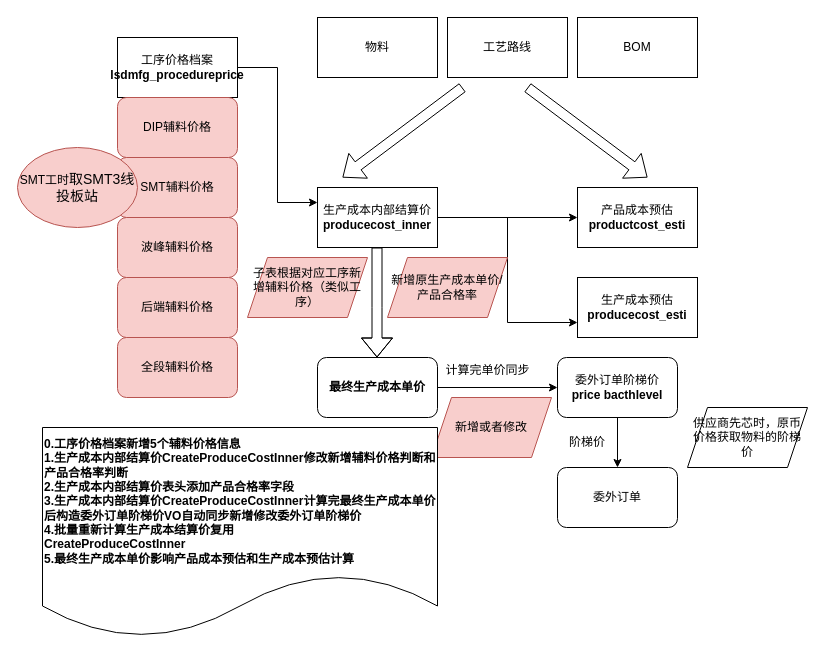
Above: xxx.drawio in zckyuwang/spring-cloud-master (draw.io), before the change. Source tidied: cells renumbered, new cells numbered last; positions are measured from the earlier drawing's top-left corner, leaving out a move shared by most shapes. Both pictures are drawn from the tidied source at 100%, with x=0, y=0 at pixel (17, 17).
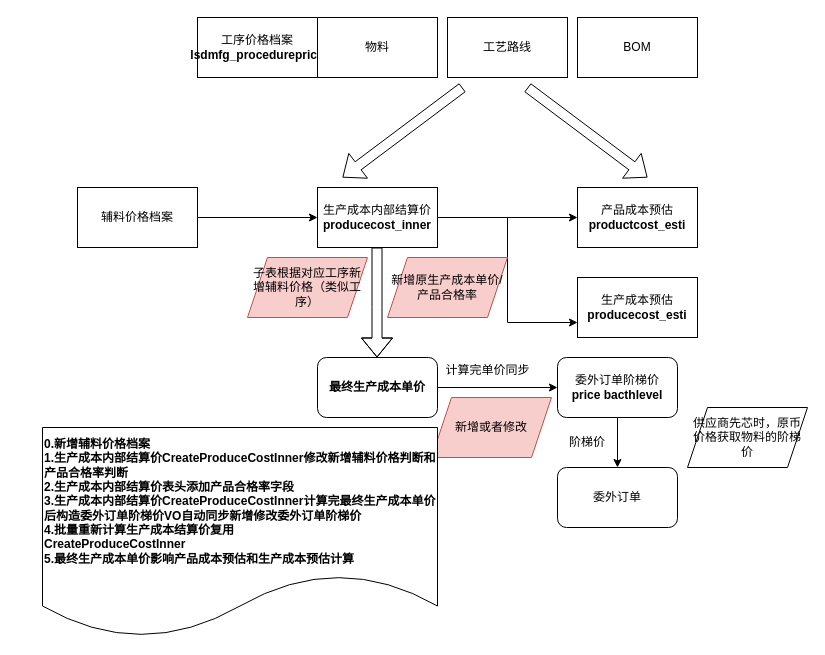
The same diagram, later.

Unchanged cells that the change refers to:
```xml
<mxCell id="8" value="生产成本内部结算价&lt;br&gt;&lt;b style=&quot;border-color: var(--border-color);&quot;&gt;&lt;font style=&quot;border-color: var(--border-color);&quot; face=&quot;Calibri&quot;&gt;producecost_inner&lt;/font&gt;&lt;/b&gt;" style="rounded=0;whiteSpace=wrap;html=1;" parent="1" vertex="1">
  <mxGeometry x="300" y="170" width="120" height="60" as="geometry" />
</mxCell>
```

Diff of the diagram source:
```diff
@@
-    <mxCell id="2" style="edgeStyle=orthogonalEdgeStyle;rounded=0;jettySize=auto;html=1;entryX=0;entryY=0.25;entryDx=0;entryDy=0;" parent="1" edge="1" source="3" target="8">
-      <mxGeometry relative="1" as="geometry" />
-    </mxCell>
     <mxCell id="3" value="工序价格档案&lt;br&gt;&lt;b style=&quot;border-color: var(--border-color);&quot;&gt;&lt;font style=&quot;border-color: var(--border-color);&quot; face=&quot;Calibri&quot;&gt;lsdmfg_procedureprice&lt;/font&gt;&lt;/b&gt;" style="rounded=0;whiteSpace=wrap;html=1;" parent="1" vertex="1">
-      <mxGeometry x="100" y="20" width="120" height="60" as="geometry" />
+      <mxGeometry x="180" width="120" height="60" as="geometry" />
     </mxCell>
@@
-    <mxCell id="21" value="SMT辅料价格" style="rounded=1;whiteSpace=wrap;html=1;fillColor=#f8cecc;strokeColor=#b85450;" parent="1" vertex="1">
-      <mxGeometry x="100" y="140" width="120" height="60" as="geometry" />
-    </mxCell>
-    <mxCell id="22" value="波峰辅料价格" style="rounded=1;whiteSpace=wrap;html=1;fillColor=#f8cecc;strokeColor=#b85450;" parent="1" vertex="1">
-      <mxGeometry x="100" y="200" width="120" height="60" as="geometry" />
-    </mxCell>
-    <mxCell id="23" value="后端辅料价格" style="rounded=1;whiteSpace=wrap;html=1;fillColor=#f8cecc;strokeColor=#b85450;" parent="1" vertex="1">
-      <mxGeometry x="100" y="260" width="120" height="60" as="geometry" />
-    </mxCell>
-    <mxCell id="24" value="全段辅料价格" style="rounded=1;whiteSpace=wrap;html=1;fillColor=#f8cecc;strokeColor=#b85450;" parent="1" vertex="1">
-      <mxGeometry x="100" y="320" width="120" height="60" as="geometry" />
-    </mxCell>
-    <mxCell id="25" value="DIP辅料价格" style="rounded=1;whiteSpace=wrap;html=1;fillColor=#f8cecc;strokeColor=#b85450;" parent="1" vertex="1">
-      <mxGeometry x="100" y="80" width="120" height="60" as="geometry" />
-    </mxCell>
@@
-    <mxCell id="30" value="SMT工时&lt;font style=&quot;font-family: 宋体; font-size: 10.5pt; background-color: initial;&quot; face=&quot;宋体&quot;&gt;取&lt;/font&gt;&lt;font style=&quot;font-size: 10.5pt; background-color: initial;&quot; face=&quot;Calibri&quot;&gt;SMT3&lt;/font&gt;&lt;font style=&quot;font-family: 宋体; font-size: 10.5pt; background-color: initial;&quot; face=&quot;宋体&quot;&gt;线投板站&lt;/font&gt;" style="ellipse;whiteSpace=wrap;html=1;fillColor=#f8cecc;strokeColor=#b85450;" parent="1" vertex="1">
-      <mxGeometry y="130" width="120" height="80" as="geometry" />
-    </mxCell>
@@
-    <mxCell id="32" value="&lt;div style=&quot;&quot;&gt;&lt;span style=&quot;background-color: initial;&quot;&gt;&lt;b&gt;0.工序价格档案新增5个辅料价格信息&lt;/b&gt;&lt;/span&gt;&lt;/div&gt;&lt;div style=&quot;&quot;&gt;&lt;span style=&quot;background-color: initial;&quot;&gt;&lt;b&gt;1.生产成本内部结算价&lt;/b&gt;&lt;/span&gt;&lt;b style=&quot;background-color: initial;&quot;&gt;CreateProduceCostInner修改新增辅料价格判断和产品合格率判断&lt;/b&gt;&lt;/div&gt;&lt;div style=&quot;&quot;&gt;&lt;span style=&quot;background-color: initial;&quot;&gt;&lt;b&gt;2.生产成本内部结算价表头添加产品合格率字段&lt;/b&gt;&lt;/span&gt;&lt;/div&gt;&lt;div style=&quot;&quot;&gt;&lt;span style=&quot;background-color: initial;&quot;&gt;&lt;b&gt;3.生产成本内部结算价&lt;/b&gt;&lt;/span&gt;&lt;b style=&quot;background-color: initial;&quot;&gt;CreateProduceCostInner计算完最终生产成本单价后构造委外订单阶梯价VO自动同步新增修改委外订单阶梯价&lt;/b&gt;&lt;/div&gt;&lt;div style=&quot;&quot;&gt;&lt;b style=&quot;background-color: initial;&quot;&gt;&lt;span style=&quot;background-color: initial; border-color: var(--border-color);&quot;&gt;4.批量重新计算生产成本结算价复用&lt;/span&gt;&lt;/b&gt;&lt;br&gt;&lt;/div&gt;&lt;b style=&quot;border-color: var(--border-color);&quot;&gt;CreateProduceCostInner&lt;br&gt;&lt;b style=&quot;border-color: var(--border-color);&quot;&gt;5.&lt;span style=&quot;border-color: var(--border-color); background-color: initial;&quot;&gt;最终生产成本单价影响产品成本预估和生产成本预估计算&lt;/span&gt;&lt;/b&gt;&lt;br&gt;&lt;/b&gt;" style="shape=document;whiteSpace=wrap;html=1;boundedLbl=1;align=left;" parent="1" vertex="1">
+    <mxCell id="32" value="&lt;div style=&quot;&quot;&gt;&lt;span style=&quot;background-color: initial;&quot;&gt;&lt;b&gt;0.新增辅料价格档案&lt;/b&gt;&lt;/span&gt;&lt;/div&gt;&lt;div style=&quot;&quot;&gt;&lt;span style=&quot;background-color: initial;&quot;&gt;&lt;b&gt;1.生产成本内部结算价&lt;/b&gt;&lt;/span&gt;&lt;b style=&quot;background-color: initial;&quot;&gt;CreateProduceCostInner修改新增辅料价格判断和产品合格率判断&lt;/b&gt;&lt;/div&gt;&lt;div style=&quot;&quot;&gt;&lt;span style=&quot;background-color: initial;&quot;&gt;&lt;b&gt;2.生产成本内部结算价表头添加产品合格率字段&lt;/b&gt;&lt;/span&gt;&lt;/div&gt;&lt;div style=&quot;&quot;&gt;&lt;span style=&quot;background-color: initial;&quot;&gt;&lt;b&gt;3.生产成本内部结算价&lt;/b&gt;&lt;/span&gt;&lt;b style=&quot;background-color: initial;&quot;&gt;CreateProduceCostInner计算完最终生产成本单价后构造委外订单阶梯价VO自动同步新增修改委外订单阶梯价&lt;/b&gt;&lt;/div&gt;&lt;div style=&quot;&quot;&gt;&lt;b style=&quot;background-color: initial;&quot;&gt;&lt;span style=&quot;background-color: initial; border-color: var(--border-color);&quot;&gt;4.批量重新计算生产成本结算价复用&lt;/span&gt;&lt;/b&gt;&lt;br&gt;&lt;/div&gt;&lt;b style=&quot;border-color: var(--border-color);&quot;&gt;CreateProduceCostInner&lt;br&gt;&lt;b style=&quot;border-color: var(--border-color);&quot;&gt;5.&lt;span style=&quot;border-color: var(--border-color); background-color: initial;&quot;&gt;最终生产成本单价影响产品成本预估和生产成本预估计算&lt;/span&gt;&lt;/b&gt;&lt;br&gt;&lt;/b&gt;" style="shape=document;whiteSpace=wrap;html=1;boundedLbl=1;align=left;" parent="1" vertex="1">
       <mxGeometry x="25" y="410" width="395" height="210" as="geometry" />
     </mxCell>
+    <mxCell id="33" style="edgeStyle=orthogonalEdgeStyle;rounded=0;jettySize=auto;html=1;entryX=0;entryY=0.5;entryDx=0;entryDy=0;" parent="1" edge="1" source="34" target="8">
+      <mxGeometry relative="1" as="geometry" />
+    </mxCell>
+    <mxCell id="34" value="辅料价格档案" style="rounded=0;whiteSpace=wrap;html=1;" parent="1" vertex="1">
+      <mxGeometry x="60" y="170" width="120" height="60" as="geometry" />
+    </mxCell>
```
